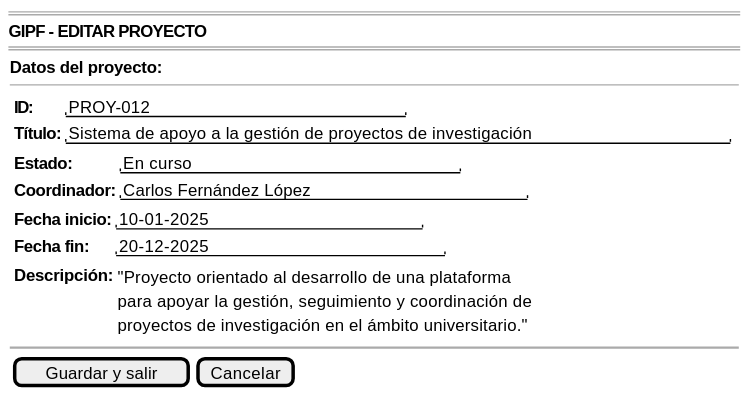
Earlier version of the PlantUML export documents/casosDeUso/detalle/coordinador/02-gestion-proyectos/editarProyecto/prototipo/editarProyecto-wireframe.svg (31Diego/25-26-IdSw1-SdR).
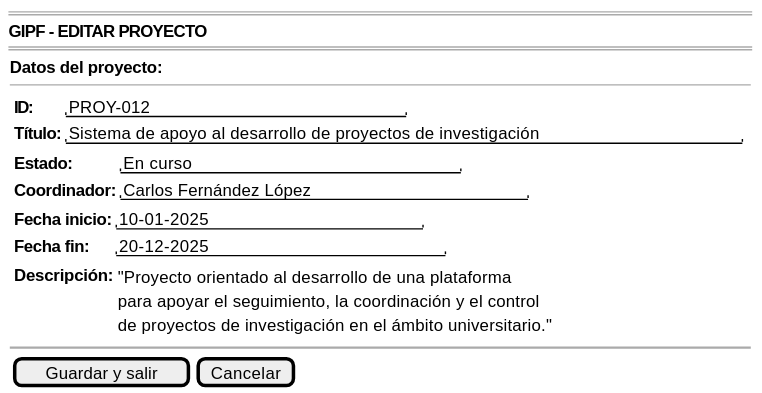
Later version of the same file.

What changed in the source:
```diff
@@ -9,15 +9,16 @@
         {
             {
             {<b>ID:</b> | "PROY-012                      "
-            <b>Título:</b> | "Sistema de apoyo a la gestión de proyectos de investigación"}
+            <b>Título:</b> | "Sistema de apoyo al desarrollo de proyectos de investigación"}
             {<b>Estado:</b> | "En curso                      "
             <b>Coordinador:</b> | "Carlos Fernández López              "}
             {<b>Fecha inicio:</b> | "10-01-2025                 "
             <b>Fecha fin:</b> | "20-12-2025                   "}
             {<b>Descripción:</b> |
                 {"Proyecto orientado al desarrollo de una plataforma
-                para apoyar la gestión, seguimiento y coordinación de
-                proyectos de investigación en el ámbito universitario."}}
+                para apoyar el seguimiento, la coordinación y el control
+                de proyectos de investigación en el ámbito universitario."}
+            }
             }
         }
 
```
